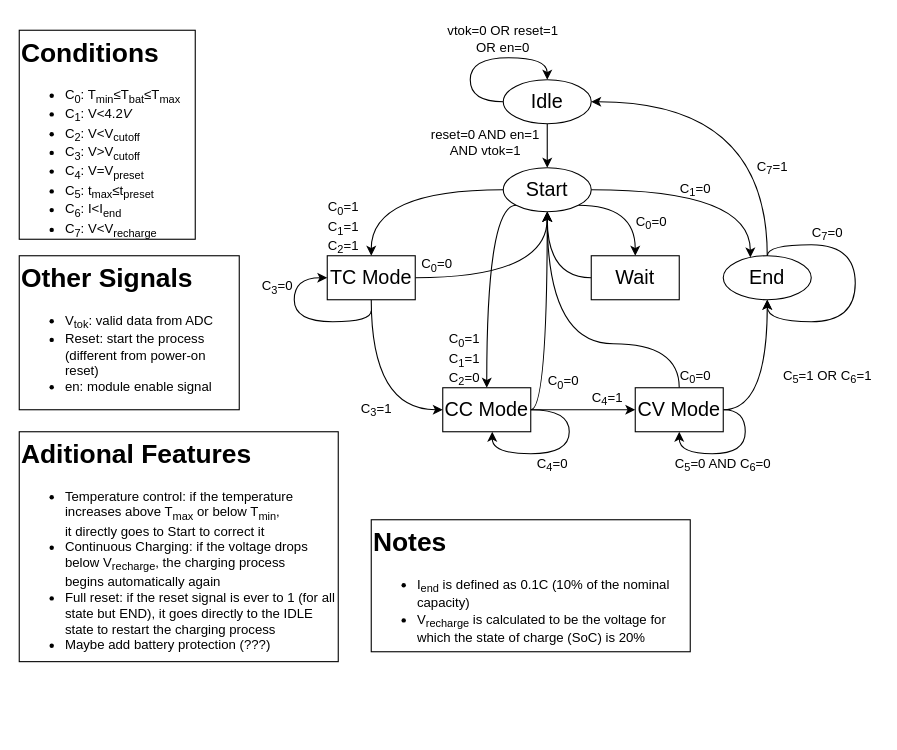
FranciscoPRosa/SoC keeps this draw.io diagram as stateMachine.drawio. Above is the earlier version. Source tidied: cells renumbered, new cells numbered last; positions are measured from the earlier drawing's top-left corner, leaving out a move shared by most shapes. Both pictures are drawn from the tidied source at 110%, with x=0, y=0 at pixel (19, 19).
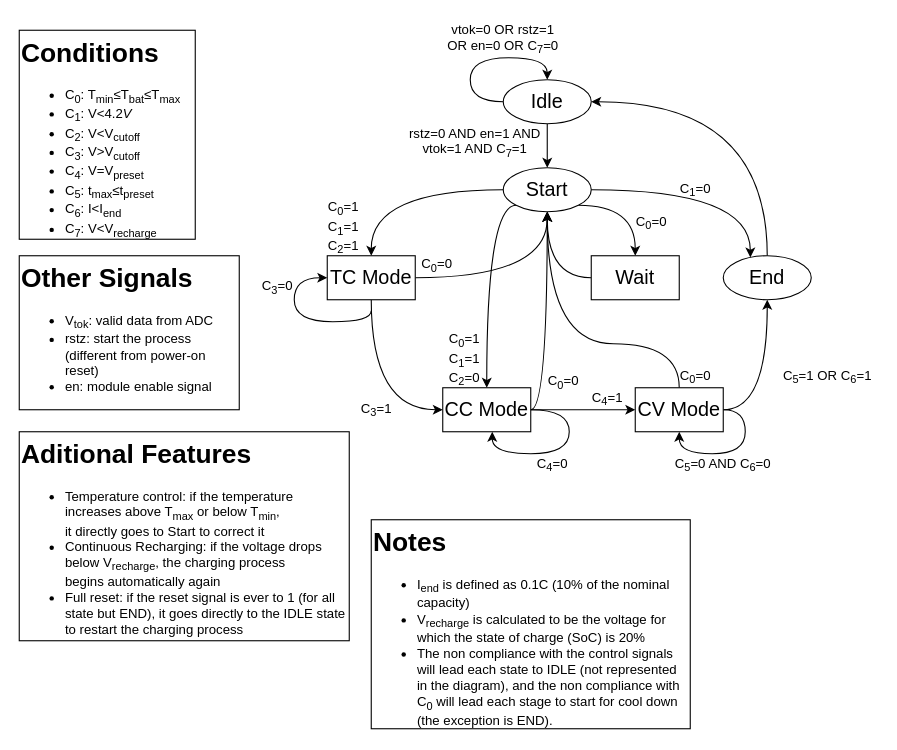
The same diagram, later.

The change refers to these unchanged cells:
```xml
<mxCell id="17" value="&lt;font style=&quot;font-size: 18px;&quot;&gt;End&lt;/font&gt;" style="ellipse;whiteSpace=wrap;html=1;" parent="1" vertex="1">
  <mxGeometry x="640" y="215" width="80" height="40" as="geometry" />
</mxCell>
```

Change to the diagram source:
```diff
@@
-    <mxCell id="34" value="&lt;h1 style=&quot;margin-top: 0px;&quot;&gt;Other Signals&lt;br&gt;&lt;/h1&gt;&lt;ul&gt;&lt;li&gt;V&lt;sub&gt;tok&lt;/sub&gt;: valid data from ADC&lt;/li&gt;&lt;li&gt;Reset: start the process (different from power-on reset)&lt;/li&gt;&lt;li&gt;en: module enable signal&lt;br&gt;&lt;/li&gt;&lt;/ul&gt;" style="text;html=1;whiteSpace=wrap;overflow=hidden;rounded=0;strokeColor=default;fillColor=default;" parent="1" vertex="1">
+    <mxCell id="34" value="&lt;h1 style=&quot;margin-top: 0px;&quot;&gt;Other Signals&lt;br&gt;&lt;/h1&gt;&lt;ul&gt;&lt;li&gt;V&lt;sub&gt;tok&lt;/sub&gt;: valid data from ADC&lt;/li&gt;&lt;li&gt;rstz: start the process (different from power-on reset)&lt;/li&gt;&lt;li&gt;en: module enable signal&lt;br&gt;&lt;/li&gt;&lt;/ul&gt;" style="text;html=1;whiteSpace=wrap;overflow=hidden;rounded=0;strokeColor=default;fillColor=default;" parent="1" vertex="1">
       <mxGeometry y="215" width="200" height="140" as="geometry" />
     </mxCell>
-    <mxCell id="35" value="reset=0 AND en=1 AND vtok=1" style="text;html=1;align=center;verticalAlign=middle;whiteSpace=wrap;rounded=0;" parent="1" vertex="1">
-      <mxGeometry x="369" y="97" width="110" height="30" as="geometry" />
+    <mxCell id="35" value="rstz=0 AND en=1 AND vtok=1 AND C&lt;sub&gt;7&lt;/sub&gt;=1" style="text;html=1;align=center;verticalAlign=middle;whiteSpace=wrap;rounded=0;" parent="1" vertex="1">
+      <mxGeometry x="350" y="97" width="129" height="30" as="geometry" />
     </mxCell>
-    <mxCell id="36" value="&lt;div&gt;vtok=0 OR reset=1&lt;/div&gt;&lt;div&gt;OR en=0&lt;br&gt;&lt;/div&gt;" style="text;html=1;align=center;verticalAlign=middle;whiteSpace=wrap;rounded=0;" parent="1" vertex="1">
+    <mxCell id="36" value="&lt;div&gt;vtok=0 OR rstz=1&lt;/div&gt;&lt;div&gt;OR en=0 OR C&lt;sub&gt;7&lt;/sub&gt;=0&lt;br&gt;&lt;/div&gt;" style="text;html=1;align=center;verticalAlign=middle;whiteSpace=wrap;rounded=0;" parent="1" vertex="1">
       <mxGeometry x="385" width="110" height="35" as="geometry" />
     </mxCell>
@@
-    <mxCell id="40" value="&lt;h1 style=&quot;margin-top: 0px;&quot;&gt;Aditional Features&lt;/h1&gt;&lt;ul&gt;&lt;li&gt;&lt;div align=&quot;left&quot;&gt;Temperature control: if the temperature increases above T&lt;sub&gt;max&lt;/sub&gt; or below T&lt;sub&gt;min&lt;/sub&gt;,&amp;nbsp;&lt;/div&gt;&lt;div align=&quot;left&quot;&gt;it directly goes to Start to correct it&lt;/div&gt;&lt;/li&gt;&lt;li&gt;&lt;div align=&quot;left&quot;&gt;Continuous Charging: if the voltage drops below V&lt;sub&gt;recharge&lt;/sub&gt;, the charging process&amp;nbsp;&lt;/div&gt;&lt;div align=&quot;left&quot;&gt;begins automatically again&lt;/div&gt;&lt;/li&gt;&lt;li&gt;Full reset: if the reset signal is ever to 1 (for all state but END), it goes directly to the IDLE state to restart the charging process&lt;/li&gt;&lt;li&gt;Maybe add battery protection (???)&lt;br&gt;&lt;/li&gt;&lt;/ul&gt;" style="text;html=1;whiteSpace=wrap;overflow=hidden;rounded=0;strokeColor=default;fillColor=default;" parent="1" vertex="1">
-      <mxGeometry y="375" width="290" height="209" as="geometry" />
+    <mxCell id="40" value="&lt;h1 style=&quot;margin-top: 0px;&quot;&gt;Aditional Features&lt;/h1&gt;&lt;ul&gt;&lt;li&gt;&lt;div align=&quot;left&quot;&gt;Temperature control: if the temperature increases above T&lt;sub&gt;max&lt;/sub&gt; or below T&lt;sub&gt;min&lt;/sub&gt;,&amp;nbsp;&lt;/div&gt;&lt;div align=&quot;left&quot;&gt;it directly goes to Start to correct it&lt;/div&gt;&lt;/li&gt;&lt;li&gt;&lt;div align=&quot;left&quot;&gt;Continuous Recharging: if the voltage drops below V&lt;sub&gt;recharge&lt;/sub&gt;, the charging process&amp;nbsp;&lt;/div&gt;&lt;div align=&quot;left&quot;&gt;begins automatically again&lt;/div&gt;&lt;/li&gt;&lt;li&gt;Full reset: if the reset signal is ever to 1 (for all state but END), it goes directly to the IDLE state to restart the charging process&lt;/li&gt;&lt;/ul&gt;" style="text;html=1;whiteSpace=wrap;overflow=hidden;rounded=0;strokeColor=default;fillColor=default;" parent="1" vertex="1">
+      <mxGeometry y="375" width="300" height="190" as="geometry" />
     </mxCell>
-    <mxCell id="41" value="&lt;h1 style=&quot;margin-top: 0px;&quot;&gt;Notes&lt;/h1&gt;&lt;div&gt;&lt;ul&gt;&lt;li&gt;I&lt;sub&gt;end&lt;/sub&gt; is defined as 0.1C (10% of the nominal capacity)&lt;/li&gt;&lt;li&gt;V&lt;sub&gt;recharge&lt;/sub&gt; is calculated to be the voltage for which the state of charge (SoC) is 20%&lt;br&gt;&lt;/li&gt;&lt;/ul&gt;&lt;/div&gt;" style="text;html=1;whiteSpace=wrap;overflow=hidden;rounded=0;strokeColor=default;fillColor=default;" parent="1" vertex="1">
-      <mxGeometry x="320" y="455" width="290" height="120" as="geometry" />
+    <mxCell id="41" value="&lt;h1 style=&quot;margin-top: 0px;&quot;&gt;Notes&lt;/h1&gt;&lt;div&gt;&lt;ul&gt;&lt;li&gt;I&lt;sub&gt;end&lt;/sub&gt; is defined as 0.1C (10% of the nominal capacity)&lt;/li&gt;&lt;li&gt;V&lt;sub&gt;recharge&lt;/sub&gt; is calculated to be the voltage for which the state of charge (SoC) is 20%&lt;/li&gt;&lt;li&gt;The non compliance with the control signals will lead each state to IDLE (not represented in the diagram), and the non compliance with C&lt;sub&gt;0&lt;/sub&gt; will lead each stage to start for cool down (the exception is END). &lt;br&gt;&lt;/li&gt;&lt;/ul&gt;&lt;/div&gt;" style="text;html=1;whiteSpace=wrap;overflow=hidden;rounded=0;strokeColor=default;fillColor=default;" parent="1" vertex="1">
+      <mxGeometry x="320" y="455" width="290" height="190" as="geometry" />
     </mxCell>
-    <mxCell id="42" value="&lt;div&gt;C&lt;sub&gt;7&lt;/sub&gt;=1&lt;/div&gt;" style="text;html=1;align=center;verticalAlign=middle;whiteSpace=wrap;rounded=0;" parent="1" vertex="1">
-      <mxGeometry x="670" y="125" width="30" height="20" as="geometry" />
-    </mxCell>
@@
-    <mxCell id="46" style="edgeStyle=orthogonalEdgeStyle;rounded=0;orthogonalLoop=1;jettySize=auto;html=1;curved=1;entryX=0.5;entryY=1;entryDx=0;entryDy=0;" parent="1" edge="1" source="17" target="17">
-      <mxGeometry relative="1" as="geometry">
-        <Array as="points">
-          <mxPoint x="680" y="205" />
-          <mxPoint x="760" y="205" />
-          <mxPoint x="760" y="275" />
-          <mxPoint x="680" y="275" />
-        </Array>
-      </mxGeometry>
-    </mxCell>
-    <mxCell id="47" value="&lt;div&gt;C&lt;sub&gt;7&lt;/sub&gt;=0&lt;/div&gt;" style="text;html=1;align=center;verticalAlign=middle;whiteSpace=wrap;rounded=0;" parent="1" vertex="1">
-      <mxGeometry x="720" y="185" width="30" height="20" as="geometry" />
-    </mxCell>
```
